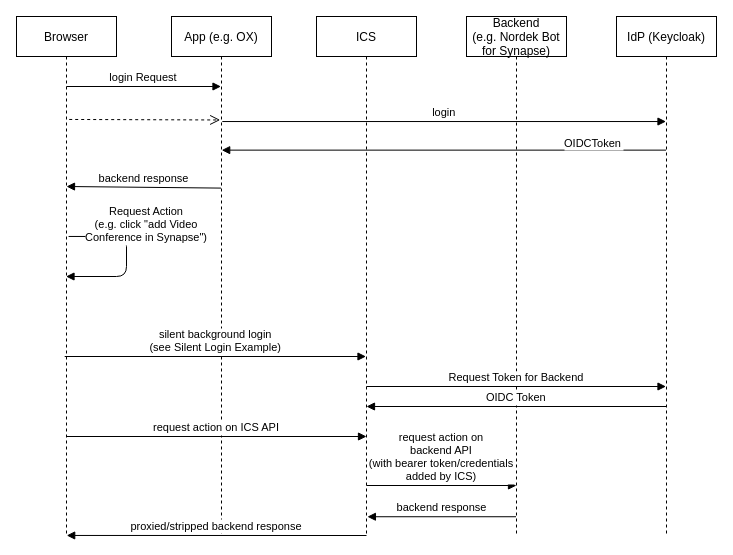
Before: docs/images/intercom_detail.drawio in univention/intercom-service, a draw.io diagram. Source tidied: cells renumbered, new cells numbered last; positions are measured from the earlier drawing's top-left corner, leaving out a move shared by most shapes. Both pictures are drawn from the tidied source at 100%, with x=0, y=0 at pixel (16, 16).
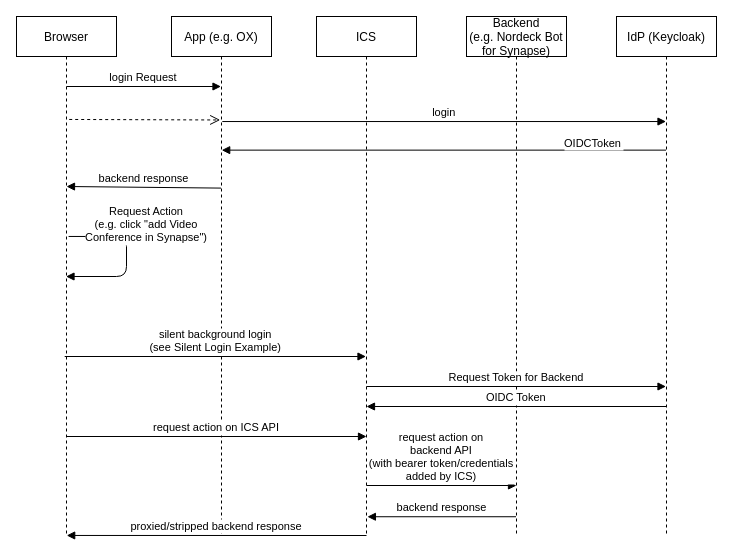
The same diagram, later.

Commit message:
fix: spelling error intercom_detail

Diff of the diagram source:
```diff
@@
-    <mxCell id="5" value="Backend&#10;(e.g. Nordek Bot&#10;for Synapse)" style="shape=umlLifeline;perimeter=lifelinePerimeter;rounded=0;shadow=0;strokeWidth=1;" parent="1" vertex="1">
+    <mxCell id="5" value="Backend&#10;(e.g. Nordeck Bot&#10;for Synapse)" style="shape=umlLifeline;perimeter=lifelinePerimeter;rounded=0;shadow=0;strokeWidth=1;" parent="1" vertex="1">
       <mxGeometry x="450" width="100" height="520" as="geometry" />
     </mxCell>
```
